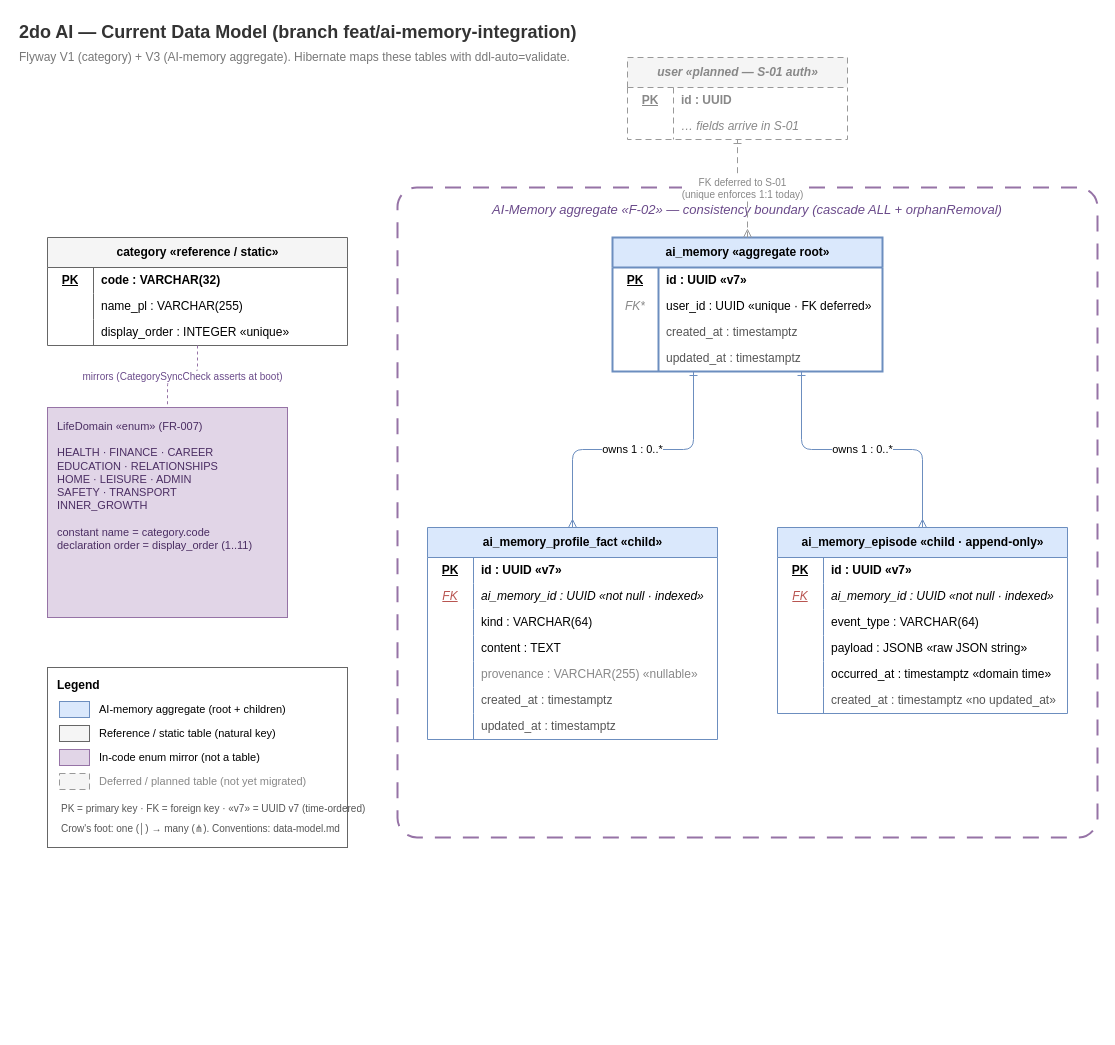
The draw.io diagram context/foundation/data-model-current.drawio in TheDariusz/2doai, before the edit. Source tidied: cells renumbered, new cells numbered last; positions are measured from the earlier drawing's top-left corner, leaving out a move shared by most shapes. Both pictures are drawn from the tidied source at 100%, with x=0, y=0 at pixel (17, 17).
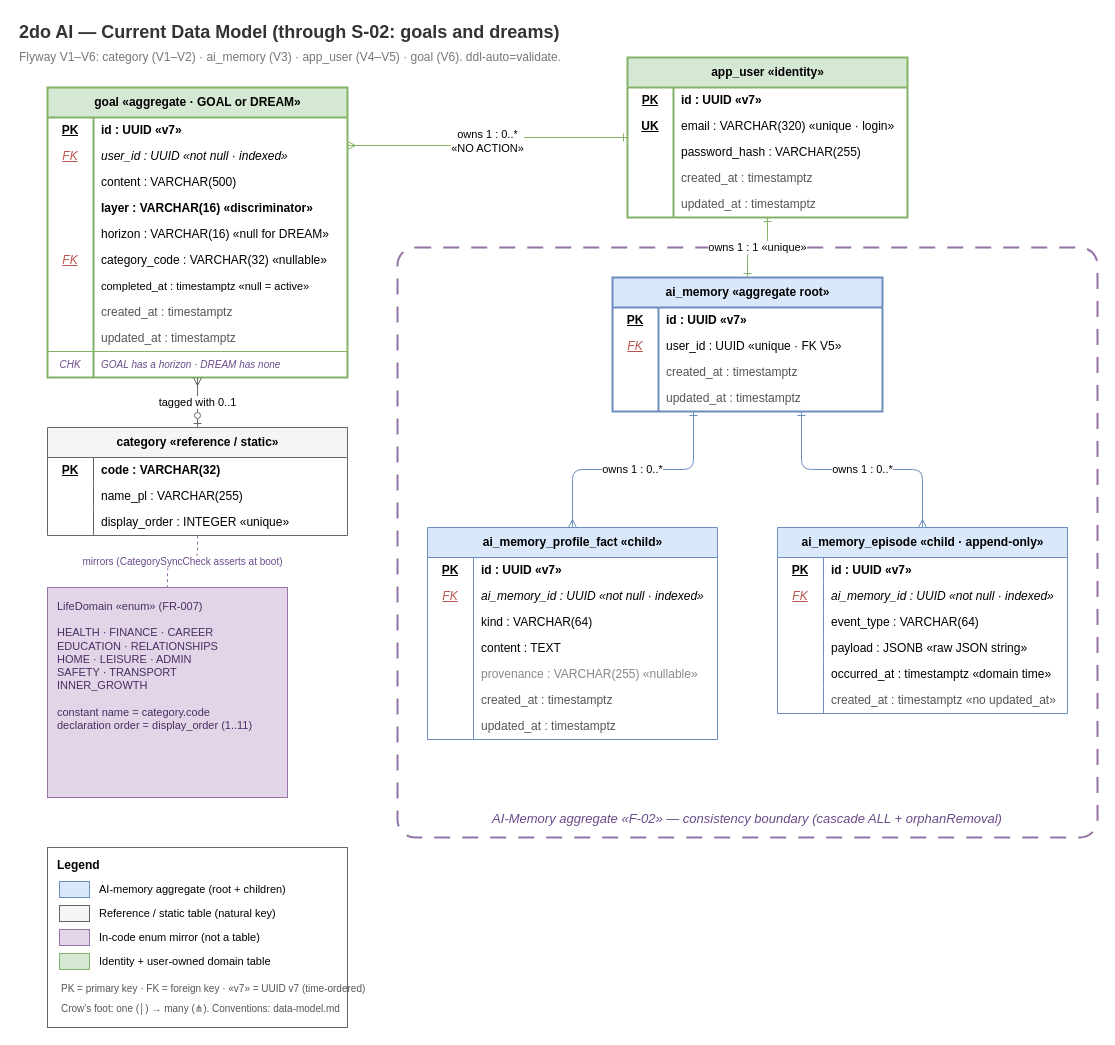
Above is the later version.

The change refers to these unchanged cells:
```xml
<mxCell id="27" style="shape=tableRow;horizontal=0;startSize=0;swimlaneHead=0;swimlaneBody=0;strokeColor=inherit;top=0;left=0;right=0;bottom=0;fillColor=none;fontSize=12;" parent="23" vertex="1">
  <mxGeometry y="56" width="270" height="26" as="geometry" />
</mxCell>
```

Change to the diagram source:
```diff
@@
-    <mxCell id="2" value="2do AI — Current Data Model (branch feat/ai-memory-integration)" style="text;html=1;align=left;verticalAlign=middle;fontSize=18;fontStyle=1;fontColor=#333333;" parent="1" vertex="1">
+    <mxCell id="2" value="2do AI — Current Data Model (through S-02: goals and dreams)" style="text;html=1;align=left;verticalAlign=middle;fontSize=18;fontStyle=1;fontColor=#333333;" parent="1" vertex="1">
       <mxGeometry width="760" height="30" as="geometry" />
     </mxCell>
-    <mxCell id="3" value="Flyway V1 (category) + V3 (AI-memory aggregate).  Hibernate maps these tables with ddl-auto=validate." style="text;html=1;align=left;verticalAlign=middle;fontSize=12;fontColor=#777777;" parent="1" vertex="1">
-      <mxGeometry y="30" width="620" height="20" as="geometry" />
+    <mxCell id="3" value="Flyway V1–V6:  category (V1–V2) · ai_memory (V3) · app_user (V4–V5) · goal (V6).  ddl-auto=validate." style="text;html=1;align=left;verticalAlign=middle;fontSize=12;fontColor=#777777;" parent="1" vertex="1">
+      <mxGeometry y="30" width="600" height="20" as="geometry" />
     </mxCell>
-    <mxCell id="4" value="AI-Memory aggregate  «F-02»  —  consistency boundary  (cascade ALL + orphanRemoval)" style="rounded=1;arcSize=3;whiteSpace=wrap;html=1;dashed=1;dashPattern=8 6;strokeColor=#9673a6;strokeWidth=2;fillColor=none;verticalAlign=top;fontStyle=2;fontColor=#6a4a8a;fontSize=13;spacingTop=8;" parent="1" vertex="1">
-      <mxGeometry x="380" y="170" width="700" height="650" as="geometry" />
+    <mxCell id="4" value="AI-Memory aggregate  «F-02»  —  consistency boundary  (cascade ALL + orphanRemoval)" style="rounded=1;arcSize=3;whiteSpace=wrap;html=1;dashed=1;dashPattern=8 6;strokeColor=#9673a6;strokeWidth=2;fillColor=none;fontStyle=2;fontColor=#6a4a8a;fontSize=13;verticalAlign=bottom;spacingBottom=8;" parent="1" vertex="1">
+      <mxGeometry x="380" y="230" width="700" height="590" as="geometry" />
     </mxCell>
     <mxCell id="5" value="category  «reference / static»" style="shape=table;startSize=30;childLayout=tableLayout;rowLines=0;fontStyle=1;align=center;strokeColor=#666666;fillColor=#f5f5f5;html=1;" parent="1" vertex="1">
-      <mxGeometry x="30" y="220" width="300" height="108" as="geometry" />
+      <mxGeometry x="30" y="410" width="300" height="108" as="geometry" />
     </mxCell>
@@
     <mxCell id="15" value="LifeDomain  «enum»  (FR-007)&#10;&#10;HEALTH · FINANCE · CAREER&#10;EDUCATION · RELATIONSHIPS&#10;HOME · LEISURE · ADMIN&#10;SAFETY · TRANSPORT&#10;INNER_GROWTH&#10;&#10;constant name  =  category.code&#10;declaration order  =  display_order (1..11)" style="rounded=0;whiteSpace=wrap;html=1;fillColor=#e1d5e7;strokeColor=#9673a6;fontColor=#4b2e63;align=left;verticalAlign=top;spacingLeft=8;spacingTop=6;fontSize=11;" parent="1" vertex="1">
-      <mxGeometry x="30" y="390" width="240" height="210" as="geometry" />
+      <mxGeometry x="30" y="570" width="240" height="210" as="geometry" />
     </mxCell>
-    <mxCell id="16" value="user  «planned — S-01 auth»" style="shape=table;startSize=30;childLayout=tableLayout;rowLines=0;fontStyle=3;align=center;strokeColor=#999999;fillColor=#f5f5f5;dashed=1;dashPattern=6 4;fontColor=#888888;html=1;" parent="1" vertex="1">
-      <mxGeometry x="610" y="40" width="220" height="82" as="geometry" />
+    <mxCell id="16" value="app_user  «identity»" style="shape=table;startSize=30;childLayout=tableLayout;rowLines=0;fontStyle=1;align=center;strokeColor=#82b366;strokeWidth=2;fillColor=#d5e8d4;html=1;" parent="1" vertex="1">
+      <mxGeometry x="610" y="40" width="280" height="160" as="geometry" />
     </mxCell>
     <mxCell id="17" style="shape=tableRow;horizontal=0;startSize=0;swimlaneHead=0;swimlaneBody=0;strokeColor=inherit;top=0;left=0;right=0;bottom=0;fillColor=none;fontSize=12;" parent="16" vertex="1">
-      <mxGeometry y="30" width="220" height="26" as="geometry" />
+      <mxGeometry y="30" width="280" height="26" as="geometry" />
     </mxCell>
-    <mxCell id="18" value="PK" style="shape=partialRectangle;html=1;whiteSpace=wrap;strokeColor=inherit;overflow=hidden;fillColor=none;top=0;left=0;bottom=0;right=0;fontStyle=5;align=center;fontColor=#888888;" parent="17" vertex="1">
+    <mxCell id="18" value="PK" style="shape=partialRectangle;html=1;whiteSpace=wrap;strokeColor=inherit;overflow=hidden;fillColor=none;top=0;left=0;bottom=0;right=0;fontStyle=5;align=center;" parent="17" vertex="1">
       <mxGeometry width="46" height="26" as="geometry" />
     </mxCell>
-    <mxCell id="19" value="id : UUID" style="shape=partialRectangle;html=1;whiteSpace=wrap;strokeColor=inherit;overflow=hidden;fillColor=none;top=0;left=0;bottom=0;right=0;align=left;spacingLeft=6;fontStyle=1;fontColor=#888888;" parent="17" vertex="1">
-      <mxGeometry x="46" width="174" height="26" as="geometry" />
+    <mxCell id="19" value="id : UUID  «v7»" style="shape=partialRectangle;html=1;whiteSpace=wrap;strokeColor=inherit;overflow=hidden;fillColor=none;top=0;left=0;bottom=0;right=0;align=left;spacingLeft=6;fontStyle=1;" parent="17" vertex="1">
+      <mxGeometry x="46" width="234" height="26" as="geometry" />
     </mxCell>
     <mxCell id="20" style="shape=tableRow;horizontal=0;startSize=0;swimlaneHead=0;swimlaneBody=0;strokeColor=inherit;top=0;left=0;right=0;bottom=0;fillColor=none;fontSize=12;" parent="16" vertex="1">
-      <mxGeometry y="56" width="220" height="26" as="geometry" />
+      <mxGeometry y="56" width="280" height="26" as="geometry" />
     </mxCell>
-    <mxCell id="21" style="shape=partialRectangle;html=1;whiteSpace=wrap;strokeColor=inherit;overflow=hidden;fillColor=none;top=0;left=0;bottom=0;right=0;" parent="20" vertex="1">
+    <mxCell id="21" value="UK" style="shape=partialRectangle;html=1;whiteSpace=wrap;strokeColor=inherit;overflow=hidden;fillColor=none;top=0;left=0;bottom=0;right=0;fontStyle=5;align=center;" parent="20" vertex="1">
       <mxGeometry width="46" height="26" as="geometry" />
     </mxCell>
-    <mxCell id="22" value="… fields arrive in S-01" style="shape=partialRectangle;html=1;whiteSpace=wrap;strokeColor=inherit;overflow=hidden;fillColor=none;top=0;left=0;bottom=0;right=0;align=left;spacingLeft=6;fontStyle=2;fontColor=#888888;" parent="20" vertex="1">
-      <mxGeometry x="46" width="174" height="26" as="geometry" />
+    <mxCell id="22" value="email : VARCHAR(320)  «unique · login»" style="shape=partialRectangle;html=1;whiteSpace=wrap;strokeColor=inherit;overflow=hidden;fillColor=none;top=0;left=0;bottom=0;right=0;align=left;spacingLeft=6;" parent="20" vertex="1">
+      <mxGeometry x="46" width="234" height="26" as="geometry" />
     </mxCell>
+    <mxCell id="92" style="shape=tableRow;horizontal=0;startSize=0;swimlaneHead=0;swimlaneBody=0;strokeColor=inherit;top=0;left=0;right=0;bottom=0;fillColor=none;fontSize=12;" parent="16" vertex="1">
+      <mxGeometry y="82" width="280" height="26" as="geometry" />
+    </mxCell>
+    <mxCell id="93" style="shape=partialRectangle;html=1;whiteSpace=wrap;strokeColor=inherit;overflow=hidden;fillColor=none;top=0;left=0;bottom=0;right=0;" parent="92" vertex="1">
+      <mxGeometry width="46" height="26" as="geometry" />
+    </mxCell>
+    <mxCell id="94" value="password_hash : VARCHAR(255)" style="shape=partialRectangle;html=1;whiteSpace=wrap;strokeColor=inherit;overflow=hidden;fillColor=none;top=0;left=0;bottom=0;right=0;align=left;spacingLeft=6;" parent="92" vertex="1">
+      <mxGeometry x="46" width="234" height="26" as="geometry" />
+    </mxCell>
+    <mxCell id="95" style="shape=tableRow;horizontal=0;startSize=0;swimlaneHead=0;swimlaneBody=0;strokeColor=inherit;top=0;left=0;right=0;bottom=0;fillColor=none;fontSize=12;" parent="16" vertex="1">
+      <mxGeometry y="108" width="280" height="26" as="geometry" />
+    </mxCell>
+    <mxCell id="96" style="shape=partialRectangle;html=1;whiteSpace=wrap;strokeColor=inherit;overflow=hidden;fillColor=none;top=0;left=0;bottom=0;right=0;" parent="95" vertex="1">
+      <mxGeometry width="46" height="26" as="geometry" />
+    </mxCell>
+    <mxCell id="97" value="created_at : timestamptz" style="shape=partialRectangle;html=1;whiteSpace=wrap;strokeColor=inherit;overflow=hidden;fillColor=none;top=0;left=0;bottom=0;right=0;align=left;spacingLeft=6;fontColor=#555555;" parent="95" vertex="1">
+      <mxGeometry x="46" width="234" height="26" as="geometry" />
+    </mxCell>
+    <mxCell id="98" style="shape=tableRow;horizontal=0;startSize=0;swimlaneHead=0;swimlaneBody=0;strokeColor=inherit;top=0;left=0;right=0;bottom=0;fillColor=none;fontSize=12;" parent="16" vertex="1">
+      <mxGeometry y="134" width="280" height="26" as="geometry" />
+    </mxCell>
+    <mxCell id="99" style="shape=partialRectangle;html=1;whiteSpace=wrap;strokeColor=inherit;overflow=hidden;fillColor=none;top=0;left=0;bottom=0;right=0;" parent="98" vertex="1">
+      <mxGeometry width="46" height="26" as="geometry" />
+    </mxCell>
+    <mxCell id="100" value="updated_at : timestamptz" style="shape=partialRectangle;html=1;whiteSpace=wrap;strokeColor=inherit;overflow=hidden;fillColor=none;top=0;left=0;bottom=0;right=0;align=left;spacingLeft=6;fontColor=#555555;" parent="98" vertex="1">
+      <mxGeometry x="46" width="234" height="26" as="geometry" />
+    </mxCell>
+    <mxCell id="101" value="goal  «aggregate · GOAL or DREAM»" style="shape=table;startSize=30;childLayout=tableLayout;rowLines=0;fontStyle=1;align=center;strokeColor=#82b366;strokeWidth=2;fillColor=#d5e8d4;html=1;" parent="1" vertex="1">
+      <mxGeometry x="30" y="70" width="300" height="290" as="geometry" />
+    </mxCell>
+    <mxCell id="102" style="shape=tableRow;horizontal=0;startSize=0;swimlaneHead=0;swimlaneBody=0;strokeColor=inherit;top=0;left=0;right=0;bottom=0;fillColor=none;fontSize=12;" parent="101" vertex="1">
+      <mxGeometry y="30" width="300" height="26" as="geometry" />
+    </mxCell>
+    <mxCell id="103" value="PK" style="shape=partialRectangle;html=1;whiteSpace=wrap;strokeColor=inherit;overflow=hidden;fillColor=none;top=0;left=0;bottom=0;right=0;fontStyle=5;align=center;" parent="102" vertex="1">
+      <mxGeometry width="46" height="26" as="geometry" />
+    </mxCell>
+    <mxCell id="104" value="id : UUID  «v7»" style="shape=partialRectangle;html=1;whiteSpace=wrap;strokeColor=inherit;overflow=hidden;fillColor=none;top=0;left=0;bottom=0;right=0;align=left;spacingLeft=6;fontStyle=1;" parent="102" vertex="1">
+      <mxGeometry x="46" width="254" height="26" as="geometry" />
+    </mxCell>
+    <mxCell id="105" style="shape=tableRow;horizontal=0;startSize=0;swimlaneHead=0;swimlaneBody=0;strokeColor=inherit;top=0;left=0;right=0;bottom=0;fillColor=none;fontSize=12;" parent="101" vertex="1">
+      <mxGeometry y="56" width="300" height="26" as="geometry" />
+    </mxCell>
+    <mxCell id="106" value="FK" style="shape=partialRectangle;html=1;whiteSpace=wrap;strokeColor=inherit;overflow=hidden;fillColor=none;top=0;left=0;bottom=0;right=0;fontStyle=6;align=center;fontColor=#b85450;" parent="105" vertex="1">
+      <mxGeometry width="46" height="26" as="geometry" />
+    </mxCell>
+    <mxCell id="107" value="user_id : UUID  «not null · indexed»" style="shape=partialRectangle;html=1;whiteSpace=wrap;strokeColor=inherit;overflow=hidden;fillColor=none;top=0;left=0;bottom=0;right=0;align=left;spacingLeft=6;fontStyle=2;" parent="105" vertex="1">
+      <mxGeometry x="46" width="254" height="26" as="geometry" />
+    </mxCell>
+    <mxCell id="108" style="shape=tableRow;horizontal=0;startSize=0;swimlaneHead=0;swimlaneBody=0;strokeColor=inherit;top=0;left=0;right=0;bottom=0;fillColor=none;fontSize=12;" parent="101" vertex="1">
+      <mxGeometry y="82" width="300" height="26" as="geometry" />
+    </mxCell>
+    <mxCell id="109" style="shape=partialRectangle;html=1;whiteSpace=wrap;strokeColor=inherit;overflow=hidden;fillColor=none;top=0;left=0;bottom=0;right=0;" parent="108" vertex="1">
+      <mxGeometry width="46" height="26" as="geometry" />
+    </mxCell>
+    <mxCell id="110" value="content : VARCHAR(500)" style="shape=partialRectangle;html=1;whiteSpace=wrap;strokeColor=inherit;overflow=hidden;fillColor=none;top=0;left=0;bottom=0;right=0;align=left;spacingLeft=6;" parent="108" vertex="1">
+      <mxGeometry x="46" width="254" height="26" as="geometry" />
+    </mxCell>
+    <mxCell id="111" style="shape=tableRow;horizontal=0;startSize=0;swimlaneHead=0;swimlaneBody=0;strokeColor=inherit;top=0;left=0;right=0;bottom=0;fillColor=none;fontSize=12;" parent="101" vertex="1">
+      <mxGeometry y="108" width="300" height="26" as="geometry" />
+    </mxCell>
+    <mxCell id="112" style="shape=partialRectangle;html=1;whiteSpace=wrap;strokeColor=inherit;overflow=hidden;fillColor=none;top=0;left=0;bottom=0;right=0;" parent="111" vertex="1">
+      <mxGeometry width="46" height="26" as="geometry" />
+    </mxCell>
+    <mxCell id="113" value="layer : VARCHAR(16)  «discriminator»" style="shape=partialRectangle;html=1;whiteSpace=wrap;strokeColor=inherit;overflow=hidden;fillColor=none;top=0;left=0;bottom=0;right=0;align=left;spacingLeft=6;fontStyle=1;" parent="111" vertex="1">
+      <mxGeometry x="46" width="254" height="26" as="geometry" />
+    </mxCell>
+    <mxCell id="114" style="shape=tableRow;horizontal=0;startSize=0;swimlaneHead=0;swimlaneBody=0;strokeColor=inherit;top=0;left=0;right=0;bottom=0;fillColor=none;fontSize=12;" parent="101" vertex="1">
+      <mxGeometry y="134" width="300" height="26" as="geometry" />
+    </mxCell>
+    <mxCell id="115" style="shape=partialRectangle;html=1;whiteSpace=wrap;strokeColor=inherit;overflow=hidden;fillColor=none;top=0;left=0;bottom=0;right=0;" parent="114" vertex="1">
+      <mxGeometry width="46" height="26" as="geometry" />
+    </mxCell>
+    <mxCell id="116" value="horizon : VARCHAR(16)  «null for DREAM»" style="shape=partialRectangle;html=1;whiteSpace=wrap;strokeColor=inherit;overflow=hidden;fillColor=none;top=0;left=0;bottom=0;right=0;align=left;spacingLeft=6;" parent="114" vertex="1">
+      <mxGeometry x="46" width="254" height="26" as="geometry" />
+    </mxCell>
+    <mxCell id="117" style="shape=tableRow;horizontal=0;startSize=0;swimlaneHead=0;swimlaneBody=0;strokeColor=inherit;top=0;left=0;right=0;bottom=0;fillColor=none;fontSize=12;" parent="101" vertex="1">
+      <mxGeometry y="160" width="300" height="26" as="geometry" />
+    </mxCell>
+    <mxCell id="118" value="FK" style="shape=partialRectangle;html=1;whiteSpace=wrap;strokeColor=inherit;overflow=hidden;fillColor=none;top=0;left=0;bottom=0;right=0;fontStyle=6;align=center;fontColor=#b85450;" parent="117" vertex="1">
+      <mxGeometry width="46" height="26" as="geometry" />
+    </mxCell>
+    <mxCell id="119" value="category_code : VARCHAR(32)  «nullable»" style="shape=partialRectangle;html=1;whiteSpace=wrap;strokeColor=inherit;overflow=hidden;fillColor=none;top=0;left=0;bottom=0;right=0;align=left;spacingLeft=6;" parent="117" vertex="1">
+      <mxGeometry x="46" width="254" height="26" as="geometry" />
+    </mxCell>
+    <mxCell id="120" style="shape=tableRow;horizontal=0;startSize=0;swimlaneHead=0;swimlaneBody=0;strokeColor=inherit;top=0;left=0;right=0;bottom=0;fillColor=none;fontSize=12;" parent="101" vertex="1">
+      <mxGeometry y="186" width="300" height="26" as="geometry" />
+    </mxCell>
+    <mxCell id="121" style="shape=partialRectangle;html=1;whiteSpace=wrap;strokeColor=inherit;overflow=hidden;fillColor=none;top=0;left=0;bottom=0;right=0;" parent="120" vertex="1">
+      <mxGeometry width="46" height="26" as="geometry" />
+    </mxCell>
+    <mxCell id="122" value="completed_at : timestamptz  «null = active»" style="shape=partialRectangle;html=1;whiteSpace=wrap;strokeColor=inherit;overflow=hidden;fillColor=none;top=0;left=0;bottom=0;right=0;align=left;spacingLeft=6;fontSize=11;" parent="120" vertex="1">
+      <mxGeometry x="46" width="254" height="26" as="geometry" />
+    </mxCell>
+    <mxCell id="123" style="shape=tableRow;horizontal=0;startSize=0;swimlaneHead=0;swimlaneBody=0;strokeColor=inherit;top=0;left=0;right=0;bottom=0;fillColor=none;fontSize=12;" parent="101" vertex="1">
+      <mxGeometry y="212" width="300" height="26" as="geometry" />
+    </mxCell>
+    <mxCell id="124" style="shape=partialRectangle;html=1;whiteSpace=wrap;strokeColor=inherit;overflow=hidden;fillColor=none;top=0;left=0;bottom=0;right=0;" parent="123" vertex="1">
+      <mxGeometry width="46" height="26" as="geometry" />
+    </mxCell>
+    <mxCell id="125" value="created_at : timestamptz" style="shape=partialRectangle;html=1;whiteSpace=wrap;strokeColor=inherit;overflow=hidden;fillColor=none;top=0;left=0;bottom=0;right=0;align=left;spacingLeft=6;fontColor=#555555;" parent="123" vertex="1">
+      <mxGeometry x="46" width="254" height="26" as="geometry" />
+    </mxCell>
+    <mxCell id="126" style="shape=tableRow;horizontal=0;startSize=0;swimlaneHead=0;swimlaneBody=0;strokeColor=inherit;top=0;left=0;right=0;bottom=0;fillColor=none;fontSize=12;" parent="101" vertex="1">
+      <mxGeometry y="238" width="300" height="26" as="geometry" />
+    </mxCell>
+    <mxCell id="127" style="shape=partialRectangle;html=1;whiteSpace=wrap;strokeColor=inherit;overflow=hidden;fillColor=none;top=0;left=0;bottom=0;right=0;" parent="126" vertex="1">
+      <mxGeometry width="46" height="26" as="geometry" />
+    </mxCell>
+    <mxCell id="128" value="updated_at : timestamptz" style="shape=partialRectangle;html=1;whiteSpace=wrap;strokeColor=inherit;overflow=hidden;fillColor=none;top=0;left=0;bottom=0;right=0;align=left;spacingLeft=6;fontColor=#555555;" parent="126" vertex="1">
+      <mxGeometry x="46" width="254" height="26" as="geometry" />
+    </mxCell>
+    <mxCell id="129" style="shape=tableRow;horizontal=0;startSize=0;swimlaneHead=0;swimlaneBody=0;strokeColor=inherit;top=1;left=0;right=0;bottom=0;fillColor=none;fontSize=12;" parent="101" vertex="1">
+      <mxGeometry y="264" width="300" height="26" as="geometry" />
+    </mxCell>
+    <mxCell id="130" value="CHK" style="shape=partialRectangle;html=1;whiteSpace=wrap;strokeColor=inherit;overflow=hidden;fillColor=none;top=0;left=0;bottom=0;right=0;fontStyle=2;align=center;fontSize=10;fontColor=#6a4a8a;" parent="129" vertex="1">
+      <mxGeometry width="46" height="26" as="geometry" />
+    </mxCell>
+    <mxCell id="131" value="GOAL has a horizon · DREAM has none" style="shape=partialRectangle;html=1;whiteSpace=wrap;strokeColor=inherit;overflow=hidden;fillColor=none;top=0;left=0;bottom=0;right=0;align=left;spacingLeft=6;fontStyle=2;fontSize=10;fontColor=#6a4a8a;" parent="129" vertex="1">
+      <mxGeometry x="46" width="254" height="26" as="geometry" />
+    </mxCell>
     <mxCell id="23" value="ai_memory  «aggregate root»" style="shape=table;startSize=30;childLayout=tableLayout;rowLines=0;fontStyle=1;align=center;strokeColor=#6c8ebf;strokeWidth=2;fillColor=#dae8fc;html=1;" parent="1" vertex="1">
-      <mxGeometry x="595" y="220" width="270" height="134" as="geometry" />
+      <mxGeometry x="595" y="260" width="270" height="134" as="geometry" />
     </mxCell>
@@
-    <mxCell id="28" value="FK*" style="shape=partialRectangle;html=1;whiteSpace=wrap;strokeColor=inherit;overflow=hidden;fillColor=none;top=0;left=0;bottom=0;right=0;fontStyle=2;align=center;fontColor=#888888;" parent="27" vertex="1">
+    <mxCell id="28" value="FK" style="shape=partialRectangle;html=1;whiteSpace=wrap;strokeColor=inherit;overflow=hidden;fillColor=none;top=0;left=0;bottom=0;right=0;fontStyle=6;align=center;fontColor=#b85450;" parent="27" vertex="1">
       <mxGeometry width="46" height="26" as="geometry" />
     </mxCell>
-    <mxCell id="29" value="user_id : UUID  «unique · FK deferred»" style="shape=partialRectangle;html=1;whiteSpace=wrap;strokeColor=inherit;overflow=hidden;fillColor=none;top=0;left=0;bottom=0;right=0;align=left;spacingLeft=6;" parent="27" vertex="1">
+    <mxCell id="29" value="user_id : UUID  «unique · FK V5»" style="shape=partialRectangle;html=1;whiteSpace=wrap;strokeColor=inherit;overflow=hidden;fillColor=none;top=0;left=0;bottom=0;right=0;align=left;spacingLeft=6;" parent="27" vertex="1">
       <mxGeometry x="46" width="224" height="26" as="geometry" />
     </mxCell>
@@
-    <mxCell id="79" value="FK deferred to S-01&#10;(unique enforces 1:1 today)" style="edgeStyle=orthogonalEdgeStyle;rounded=1;jettySize=auto;html=1;dashed=1;dashPattern=6 4;startArrow=ERmany;startFill=0;endArrow=ERone;endFill=0;strokeColor=#999999;fontColor=#888888;fontSize=10;labelBackgroundColor=#ffffff;exitX=0.5;exitY=0;exitDx=0;exitDy=0;entryX=0.5;entryY=1;entryDx=0;entryDy=0;" parent="1" edge="1" source="23" target="16">
+    <mxCell id="79" value="owns  1 : 1  «unique»" style="edgeStyle=orthogonalEdgeStyle;rounded=1;jettySize=auto;html=1;startArrow=ERone;startFill=0;endArrow=ERone;endFill=0;strokeColor=#82b366;fontSize=11;labelBackgroundColor=#ffffff;exitX=0.5;exitY=0;exitDx=0;exitDy=0;entryX=0.5;entryY=1;entryDx=0;entryDy=0;" parent="1" edge="1" source="23" target="16">
       <mxGeometry relative="1" as="geometry" />
     </mxCell>
+    <mxCell id="132" value="owns  1 : 0..*&#10;«NO ACTION»" style="edgeStyle=orthogonalEdgeStyle;rounded=1;jettySize=auto;html=1;startArrow=ERmany;startFill=0;endArrow=ERone;endFill=0;strokeColor=#82b366;fontSize=11;labelBackgroundColor=#ffffff;exitX=1;exitY=0.2;exitDx=0;exitDy=0;entryX=0;entryY=0.5;entryDx=0;entryDy=0;" parent="1" edge="1" source="101" target="16">
+      <mxGeometry relative="1" as="geometry" />
+    </mxCell>
+    <mxCell id="133" value="tagged with  0..1" style="edgeStyle=orthogonalEdgeStyle;rounded=1;jettySize=auto;html=1;startArrow=ERmany;startFill=0;endArrow=ERzeroToOne;endFill=0;strokeColor=#666666;fontSize=11;labelBackgroundColor=#ffffff;exitX=0.5;exitY=1;exitDx=0;exitDy=0;entryX=0.5;entryY=0;entryDx=0;entryDy=0;" parent="1" edge="1" source="101" target="5">
+      <mxGeometry relative="1" as="geometry" />
+    </mxCell>
@@
     <mxCell id="81" value="Legend" style="rounded=0;whiteSpace=wrap;html=1;fillColor=none;strokeColor=#666666;verticalAlign=top;fontStyle=1;align=left;spacingLeft=8;spacingTop=4;" parent="1" vertex="1">
-      <mxGeometry x="30" y="650" width="300" height="180" as="geometry" />
+      <mxGeometry x="30" y="830" width="300" height="180" as="geometry" />
     </mxCell>
@@
-    <mxCell id="88" style="rounded=0;html=1;fillColor=#f5f5f5;strokeColor=#999999;dashed=1;dashPattern=6 4;" parent="81" vertex="1">
+    <mxCell id="88" style="rounded=0;html=1;fillColor=#d5e8d4;strokeColor=#82b366;" parent="81" vertex="1">
       <mxGeometry x="12" y="106" width="30" height="16" as="geometry" />
     </mxCell>
-    <mxCell id="89" value="Deferred / planned table (not yet migrated)" style="text;html=1;align=left;verticalAlign=middle;fontSize=11;fontColor=#888888;" parent="81" vertex="1">
+    <mxCell id="89" value="Identity + user-owned domain table" style="text;html=1;align=left;verticalAlign=middle;fontSize=11;" parent="81" vertex="1">
       <mxGeometry x="50" y="104" width="250" height="20" as="geometry" />
     </mxCell>
```
